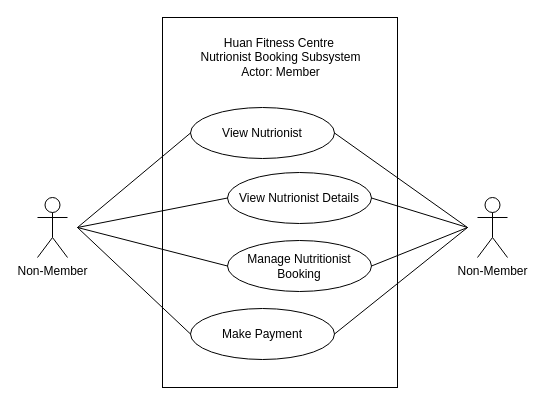
Above: page "Nutrionist Booking" (8 of 9) of diagrams/Use Case Diagram.drawio in iZ86/DIT2153WD (draw.io), before the change. Source tidied: cells renumbered, new cells numbered last; positions are measured from the earlier drawing's top-left corner, leaving out a move shared by most shapes. Both pictures are drawn from the tidied source at 100%, with x=0, y=0 at pixel (37, 17).
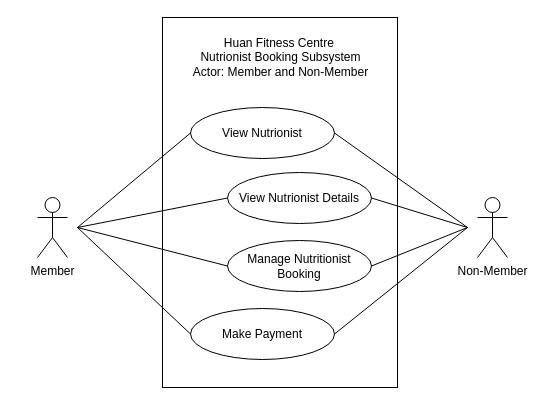
The same page after the edit.

Diff of the diagram source:
```diff
@@
-    <mxCell id="7" value="&lt;div&gt;Huan Fitness Centre&amp;nbsp;&lt;/div&gt;&lt;div&gt;Nutrionist Booking Subsystem&lt;/div&gt;&lt;div&gt;Actor: Member&lt;br&gt;&lt;/div&gt;" style="text;html=1;align=center;verticalAlign=middle;strokeColor=none;fillColor=none;" parent="1" vertex="1">
-      <mxGeometry x="152.5" y="10" width="180" height="60" as="geometry" />
+    <mxCell id="7" value="&lt;div&gt;Huan Fitness Centre&amp;nbsp;&lt;/div&gt;&lt;div&gt;Nutrionist Booking Subsystem&lt;/div&gt;&lt;div&gt;Actor:&amp;nbsp;&lt;span style=&quot;background-color: initial;&quot;&gt;Member and Non-Member&lt;/span&gt;&lt;br&gt;&lt;/div&gt;" style="text;html=1;align=center;verticalAlign=middle;strokeColor=none;fillColor=none;" parent="1" vertex="1">
+      <mxGeometry x="142.5" y="10" width="200" height="60" as="geometry" />
     </mxCell>
@@
-    <mxCell id="16" value="Non-Member" style="shape=umlActor;verticalLabelPosition=bottom;verticalAlign=top;html=1;" parent="1" vertex="1">
+    <mxCell id="16" value="Member" style="shape=umlActor;verticalLabelPosition=bottom;verticalAlign=top;html=1;" parent="1" vertex="1">
       <mxGeometry y="180" width="30" height="60" as="geometry" />
     </mxCell>
```
